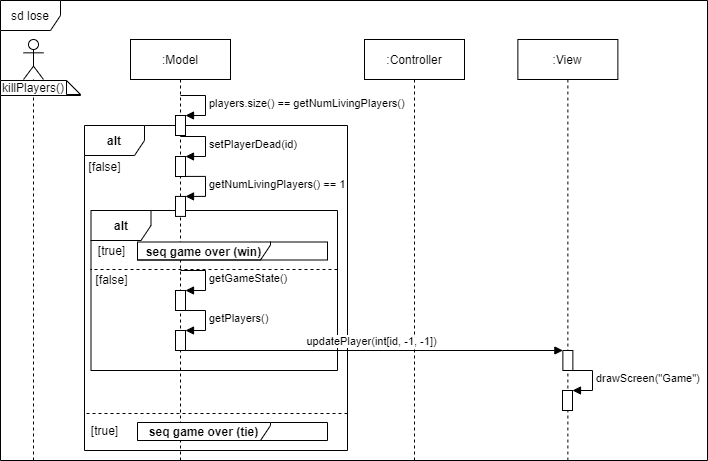
Before: Doku/images/SD_UC7Lose.png, a diagram exported from draw.io (KjellooMelloo/gameoftrons). Source tidied: cells renumbered, new cells last; positions are measured from the earlier drawing's top-left corner, leaving out a move shared by most shapes.
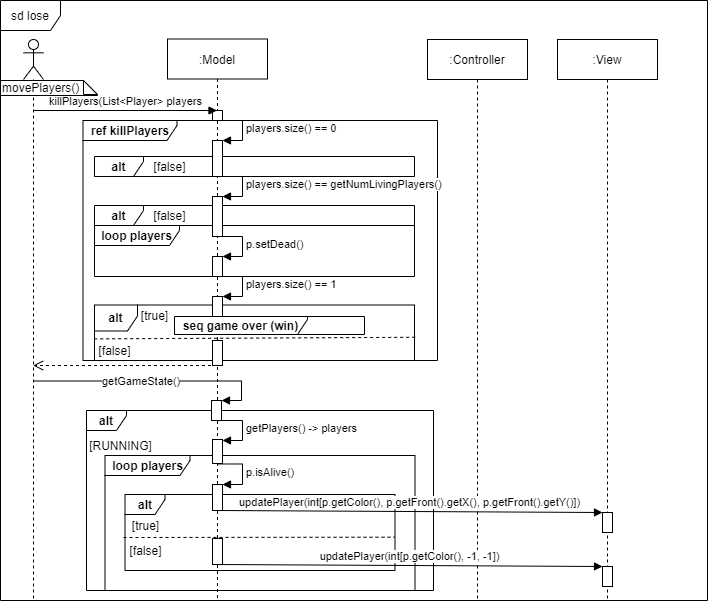
After the change.

What changed in the source:
```diff
@@ -3,130 +3,198 @@
     <mxCell id="0" />
     <mxCell id="1" parent="0" />
     <mxCell id="2" value="sd lose" style="shape=umlFrame;whiteSpace=wrap;html=1;fillColor=#ffffff;" parent="1" vertex="1">
-      <mxGeometry width="707" height="460" as="geometry" />
+      <mxGeometry width="707" height="600" as="geometry" />
     </mxCell>
-    <mxCell id="3" value="&lt;b&gt;alt&lt;/b&gt;" style="shape=umlFrame;whiteSpace=wrap;html=1;fillColor=#ffffff;" parent="1" vertex="1">
-      <mxGeometry x="84" y="125" width="263" height="325" as="geometry" />
+    <mxCell id="3" value="&lt;b&gt;alt&lt;/b&gt;" style="shape=umlFrame;whiteSpace=wrap;html=1;width=40;height=20;" parent="1" vertex="1">
+      <mxGeometry x="124.5" y="494" width="270" height="76" as="geometry" />
     </mxCell>
-    <mxCell id="4" value="&lt;b&gt;alt&lt;/b&gt;" style="shape=umlFrame;whiteSpace=wrap;html=1;fillColor=#ffffff;" parent="1" vertex="1">
-      <mxGeometry x="90.5" y="210" width="246.5" height="160" as="geometry" />
+    <mxCell id="4" value="&lt;b&gt;loop players&lt;/b&gt;" style="shape=umlFrame;whiteSpace=wrap;html=1;width=85;height=20;" parent="1" vertex="1">
+      <mxGeometry x="104.5" y="455" width="310" height="135" as="geometry" />
     </mxCell>
-    <mxCell id="5" value=":Model" style="shape=umlLifeline;perimeter=lifelinePerimeter;whiteSpace=wrap;html=1;outlineConnect=0;" parent="1" vertex="1">
-      <mxGeometry x="130" y="39" width="100" height="421" as="geometry" />
+    <mxCell id="5" value="&lt;b&gt;alt&lt;/b&gt;" style="shape=umlFrame;whiteSpace=wrap;html=1;width=40;height=20;" parent="1" vertex="1">
+      <mxGeometry x="86" y="410" width="347" height="180" as="geometry" />
     </mxCell>
-    <mxCell id="6" style="html=1;points=[];perimeter=orthogonalPerimeter;fillColor=#ffffff;" parent="5" vertex="1">
-      <mxGeometry x="45" y="156.9" width="10" height="20" as="geometry" />
+    <mxCell id="6" value="&lt;b&gt;ref killPlayers&lt;/b&gt;" style="shape=umlFrame;whiteSpace=wrap;html=1;fillColor=#ffffff;width=94;height=20;" parent="1" vertex="1">
+      <mxGeometry x="82.5" y="120" width="354.5" height="240" as="geometry" />
     </mxCell>
-    <mxCell id="7" value="getNumLivingPlayers() == 1" style="edgeStyle=orthogonalEdgeStyle;html=1;align=left;spacingLeft=2;endArrow=block;rounded=0;entryX=1;entryY=0;" parent="5" edge="1" target="6">
-      <mxGeometry relative="1" as="geometry">
-        <mxPoint x="50" y="136.9" as="sourcePoint" />
-        <Array as="points">
-          <mxPoint x="75" y="136.9" />
-        </Array>
-      </mxGeometry>
+    <mxCell id="7" value="&lt;b&gt;alt&lt;/b&gt;" style="shape=umlFrame;whiteSpace=wrap;html=1;fillColor=#ffffff;width=43;height=26;" parent="1" vertex="1">
+      <mxGeometry x="94" y="304.5" width="320" height="55.5" as="geometry" />
     </mxCell>
-    <mxCell id="8" style="html=1;points=[];perimeter=orthogonalPerimeter;" parent="5" vertex="1">
-      <mxGeometry x="45" y="76" width="10" height="20" as="geometry" />
+    <mxCell id="8" value="&lt;b&gt;loop players&lt;/b&gt;" style="shape=umlFrame;whiteSpace=wrap;html=1;width=85;height=20;" parent="1" vertex="1">
+      <mxGeometry x="94" y="225" width="320" height="51" as="geometry" />
     </mxCell>
-    <mxCell id="9" value="players.size() == getNumLivingPlayers()" style="edgeStyle=orthogonalEdgeStyle;html=1;align=left;spacingLeft=2;endArrow=block;rounded=0;entryX=1;entryY=0;" parent="5" edge="1" target="8">
-      <mxGeometry relative="1" as="geometry">
-        <mxPoint x="50" y="56" as="sourcePoint" />
-        <Array as="points">
-          <mxPoint x="75" y="56" />
-        </Array>
-      </mxGeometry>
+    <mxCell id="9" value="&lt;b&gt;alt&lt;/b&gt;" style="shape=umlFrame;whiteSpace=wrap;html=1;fillColor=#ffffff;width=49;height=20;" parent="1" vertex="1">
+      <mxGeometry x="94" y="205" width="320" height="20" as="geometry" />
     </mxCell>
-    <mxCell id="10" style="shape=umlLifeline;participant=umlActor;perimeter=lifelinePerimeter;whiteSpace=wrap;html=1;verticalAlign=top;spacingTop=36;labelBackgroundColor=#ffffff;" parent="1" vertex="1">
-      <mxGeometry x="23" y="39" width="20" height="421" as="geometry" />
+    <mxCell id="10" value="[false]" style="text;html=1;align=center;verticalAlign=middle;" parent="1" vertex="1">
+      <mxGeometry x="144" y="205" width="50" height="20" as="geometry" />
     </mxCell>
-    <mxCell id="11" value=":Controller" style="shape=umlLifeline;perimeter=lifelinePerimeter;whiteSpace=wrap;html=1;" parent="1" vertex="1">
-      <mxGeometry x="364" y="39" width="100" height="421" as="geometry" />
+    <mxCell id="11" value="&lt;b&gt;alt&lt;/b&gt;" style="shape=umlFrame;whiteSpace=wrap;html=1;fillColor=#ffffff;width=49;height=20;" parent="1" vertex="1">
+      <mxGeometry x="94" y="156" width="320" height="20" as="geometry" />
     </mxCell>
-    <mxCell id="12" value=":View" style="shape=umlLifeline;perimeter=lifelinePerimeter;whiteSpace=wrap;html=1;" parent="1" vertex="1">
-      <mxGeometry x="517.4" y="39" width="100" height="421" as="geometry" />
+    <mxCell id="12" value="[false]" style="text;html=1;align=center;verticalAlign=middle;" parent="1" vertex="1">
+      <mxGeometry x="144" y="156" width="50" height="20" as="geometry" />
     </mxCell>
-    <mxCell id="13" style="html=1;points=[];perimeter=orthogonalPerimeter;" parent="12" vertex="1">
-      <mxGeometry x="45" y="311" width="10" height="20" as="geometry" />
+    <mxCell id="13" value=":Model" style="shape=umlLifeline;perimeter=lifelinePerimeter;whiteSpace=wrap;html=1;outlineConnect=0;" parent="1" vertex="1">
+      <mxGeometry x="167" y="38.5" width="100" height="561.5" as="geometry" />
     </mxCell>
-    <mxCell id="14" style="html=1;points=[];perimeter=orthogonalPerimeter;" parent="12" vertex="1">
-      <mxGeometry x="44.6" y="351" width="10" height="20" as="geometry" />
+    <mxCell id="14" style="html=1;points=[];perimeter=orthogonalPerimeter;" parent="13" vertex="1">
+      <mxGeometry x="45" y="71.5" width="10" height="10" as="geometry" />
     </mxCell>
-    <mxCell id="15" value="drawScreen(&quot;Game&quot;)" style="edgeStyle=orthogonalEdgeStyle;html=1;align=left;spacingLeft=2;endArrow=block;rounded=0;entryX=1;entryY=0;" parent="12" edge="1" target="14">
-      <mxGeometry relative="1" as="geometry">
-        <mxPoint x="49.6" y="331" as="sourcePoint" />
-        <Array as="points">
-          <mxPoint x="74.6" y="331" />
-        </Array>
-      </mxGeometry>
+    <mxCell id="15" style="html=1;points=[];perimeter=orthogonalPerimeter;" parent="13" vertex="1">
+      <mxGeometry x="45" y="101.5" width="10" height="36" as="geometry" />
     </mxCell>
-    <mxCell id="16" value="killPlayers()" style="shape=note;whiteSpace=wrap;html=1;size=14;verticalAlign=top;align=left;spacingTop=-6;" parent="1" vertex="1">
-      <mxGeometry y="80" width="80" height="15" as="geometry" />
+    <mxCell id="16" value="players.size() == 0" style="edgeStyle=orthogonalEdgeStyle;html=1;align=left;spacingLeft=2;endArrow=block;rounded=0;entryX=1;entryY=0;" parent="13" edge="1" target="15">
+      <mxGeometry relative="1" as="geometry">
+        <mxPoint x="50" y="81.5" as="sourcePoint" />
+        <Array as="points">
+          <mxPoint x="75" y="81.5" />
+        </Array>
+      </mxGeometry>
     </mxCell>
-    <mxCell id="17" style="html=1;points=[];perimeter=orthogonalPerimeter;" parent="1" vertex="1">
-      <mxGeometry x="175" y="156" width="10" height="20" as="geometry" />
+    <mxCell id="17" style="html=1;points=[];perimeter=orthogonalPerimeter;" parent="13" vertex="1">
+      <mxGeometry x="45" y="157.5" width="10" height="40" as="geometry" />
     </mxCell>
-    <mxCell id="18" value="setPlayerDead(id)" style="edgeStyle=orthogonalEdgeStyle;html=1;align=left;spacingLeft=2;endArrow=block;rounded=0;entryX=1;entryY=0;" parent="1" edge="1" target="17">
+    <mxCell id="18" value="players.size() == getNumLivingPlayers()" style="edgeStyle=orthogonalEdgeStyle;html=1;align=left;spacingLeft=2;endArrow=block;rounded=0;entryX=1;entryY=0;" parent="13" edge="1" target="17">
       <mxGeometry relative="1" as="geometry">
-        <mxPoint x="180" y="136" as="sourcePoint" />
+        <mxPoint x="50" y="137.5" as="sourcePoint" />
         <Array as="points">
-          <mxPoint x="205" y="136" />
+          <mxPoint x="75" y="137.5" />
         </Array>
       </mxGeometry>
     </mxCell>
-    <mxCell id="19" value="[false]" style="text;html=1;align=center;verticalAlign=middle;points=[];" parent="1" vertex="1">
-      <mxGeometry x="79" y="156" width="50" height="20" as="geometry" />
+    <mxCell id="19" style="html=1;points=[];perimeter=orthogonalPerimeter;" parent="13" vertex="1">
+      <mxGeometry x="45" y="217.5" width="10" height="20" as="geometry" />
     </mxCell>
-    <mxCell id="20" value="[true]" style="text;html=1;align=center;verticalAlign=middle;" parent="1" vertex="1">
-      <mxGeometry x="90.5" y="239.5" width="40" height="20" as="geometry" />
+    <mxCell id="20" value="p.setDead()" style="edgeStyle=orthogonalEdgeStyle;html=1;align=left;spacingLeft=2;endArrow=block;rounded=0;entryX=1;entryY=0;" parent="13" edge="1" target="19">
+      <mxGeometry relative="1" as="geometry">
+        <mxPoint x="50" y="197.5" as="sourcePoint" />
+        <Array as="points">
+          <mxPoint x="75" y="197.5" />
+        </Array>
+      </mxGeometry>
     </mxCell>
-    <mxCell id="21" value="[true]" style="text;html=1;align=center;verticalAlign=middle;points=[];" parent="1" vertex="1">
-      <mxGeometry x="84" y="420" width="40" height="20" as="geometry" />
+    <mxCell id="21" style="html=1;points=[];perimeter=orthogonalPerimeter;" parent="13" vertex="1">
+      <mxGeometry x="45" y="257.5" width="10" height="20" as="geometry" />
     </mxCell>
-    <mxCell id="22" style="endArrow=none;dashed=1;html=1;" parent="1" edge="1">
+    <mxCell id="22" value="players.size() == 1" style="edgeStyle=orthogonalEdgeStyle;html=1;align=left;spacingLeft=2;endArrow=block;rounded=0;entryX=1;entryY=0;" parent="13" edge="1" target="21">
       <mxGeometry relative="1" as="geometry">
-        <mxPoint x="347" y="413" as="sourcePoint" />
-        <mxPoint x="86" y="413" as="targetPoint" />
+        <mxPoint x="50" y="237.5" as="sourcePoint" />
+        <Array as="points">
+          <mxPoint x="75" y="237.5" />
+        </Array>
       </mxGeometry>
     </mxCell>
-    <mxCell id="23" value="&lt;b&gt;seq game over (win)&lt;/b&gt;" style="shape=umlFrame;whiteSpace=wrap;html=1;fillColor=#ffffff;width=133;height=18;" parent="1" vertex="1">
-      <mxGeometry x="137" y="241.5" width="190" height="18" as="geometry" />
+    <mxCell id="23" style="html=1;perimeter=orthogonalPerimeter;" parent="13" vertex="1">
+      <mxGeometry x="45" y="301.5" width="10" height="25" as="geometry" />
     </mxCell>
-    <mxCell id="24" style="endArrow=none;dashed=1;html=1;entryX=-0.001;entryY=0.54;entryDx=0;entryDy=0;entryPerimeter=0;" parent="1" edge="1">
-      <mxGeometry relative="1" as="geometry">
-        <mxPoint x="337" y="269" as="sourcePoint" />
-        <mxPoint x="90.2" y="269" as="targetPoint" />
-      </mxGeometry>
+    <mxCell id="24" style="html=1;points=[];perimeter=orthogonalPerimeter;" parent="13" vertex="1">
+      <mxGeometry x="44" y="361.5" width="10" height="20" as="geometry" />
     </mxCell>
-    <mxCell id="25" value="[false]" style="text;html=1;align=center;verticalAlign=middle;points=[];" parent="1" vertex="1">
-      <mxGeometry x="85.5" y="269" width="50" height="20" as="geometry" />
+    <mxCell id="25" style="shape=umlLifeline;participant=umlActor;perimeter=lifelinePerimeter;whiteSpace=wrap;html=1;verticalAlign=top;spacingTop=36;labelBackgroundColor=#ffffff;outlineConnect=0;" parent="1" vertex="1">
+      <mxGeometry x="23" y="39" width="20" height="561" as="geometry" />
     </mxCell>
-    <mxCell id="26" value="&lt;b&gt;seq game over (tie)&lt;/b&gt;" style="shape=umlFrame;whiteSpace=wrap;html=1;fillColor=#ffffff;width=133;height=18;" parent="1" vertex="1">
-      <mxGeometry x="137" y="422" width="190" height="18" as="geometry" />
+    <mxCell id="26" value="killPlayers(List&amp;lt;Player&amp;gt; players" style="html=1;verticalAlign=bottom;endArrow=block;" parent="25" edge="1">
+      <mxGeometry relative="1" as="geometry">
+        <mxPoint x="9.5" y="71" as="sourcePoint" />
+        <mxPoint x="193.5" y="71" as="targetPoint" />
+      </mxGeometry>
     </mxCell>
-    <mxCell id="27" style="html=1;points=[];perimeter=orthogonalPerimeter;" parent="1" vertex="1">
-      <mxGeometry x="175" y="290" width="10" height="20" as="geometry" />
+    <mxCell id="27" value=":Controller" style="shape=umlLifeline;perimeter=lifelinePerimeter;whiteSpace=wrap;html=1;outlineConnect=0;" parent="1" vertex="1">
+      <mxGeometry x="427" y="39" width="100" height="561" as="geometry" />
     </mxCell>
-    <mxCell id="28" value="getGameState()" style="edgeStyle=orthogonalEdgeStyle;html=1;align=left;spacingLeft=2;endArrow=block;rounded=0;entryX=1;entryY=0;" parent="1" edge="1" target="27">
-      <mxGeometry relative="1" as="geometry">
-        <mxPoint x="180" y="270" as="sourcePoint" />
-        <Array as="points">
-          <mxPoint x="205" y="270" />
-        </Array>
-      </mxGeometry>
+    <mxCell id="28" value=":View" style="shape=umlLifeline;perimeter=lifelinePerimeter;whiteSpace=wrap;html=1;" parent="1" vertex="1">
+      <mxGeometry x="557" y="39" width="100" height="561" as="geometry" />
     </mxCell>
-    <mxCell id="29" style="html=1;points=[];perimeter=orthogonalPerimeter;" parent="1" vertex="1">
-      <mxGeometry x="175" y="330" width="10" height="20" as="geometry" />
+    <mxCell id="29" style="html=1;points=[];perimeter=orthogonalPerimeter;" parent="28" vertex="1">
+      <mxGeometry x="45" y="473" width="10" height="20" as="geometry" />
     </mxCell>
-    <mxCell id="30" value="getPlayers()" style="edgeStyle=orthogonalEdgeStyle;html=1;align=left;spacingLeft=2;endArrow=block;rounded=0;entryX=1;entryY=0;" parent="1" edge="1" target="29">
-      <mxGeometry relative="1" as="geometry">
-        <mxPoint x="180" y="310" as="sourcePoint" />
-        <Array as="points">
-          <mxPoint x="205" y="310" />
-        </Array>
-      </mxGeometry>
+    <mxCell id="30" style="html=1;points=[];perimeter=orthogonalPerimeter;" parent="28" vertex="1">
+      <mxGeometry x="45" y="527" width="10" height="20" as="geometry" />
     </mxCell>
-    <mxCell id="31" value="updatePlayer(int[id, -1, -1])" style="html=1;verticalAlign=bottom;endArrow=block;entryX=0;entryY=0;" parent="1" edge="1" source="5" target="13">
-      <mxGeometry relative="1" as="geometry" />
+    <mxCell id="31" value="movePlayers()" style="shape=note;whiteSpace=wrap;html=1;size=14;verticalAlign=top;align=left;spacingTop=-6;" parent="1" vertex="1">
+      <mxGeometry y="80" width="97" height="15" as="geometry" />
     </mxCell>
+    <mxCell id="32" style="html=1;perimeter=orthogonalPerimeter;" parent="1" vertex="1">
+      <mxGeometry x="212" y="439" width="10" height="24" as="geometry" />
+    </mxCell>
+    <mxCell id="33" style="html=1;points=[];perimeter=orthogonalPerimeter;" parent="1" vertex="1">
+      <mxGeometry x="212" y="484" width="10" height="26" as="geometry" />
+    </mxCell>
+    <mxCell id="34" style="html=1;perimeter=orthogonalPerimeter;" parent="1" vertex="1">
+      <mxGeometry x="212" y="538" width="10" height="26" as="geometry" />
+    </mxCell>
+    <mxCell id="35" value="[true]" style="text;html=1;align=center;verticalAlign=middle;" parent="1" vertex="1">
+      <mxGeometry x="134" y="304.5" width="40" height="20" as="geometry" />
+    </mxCell>
+    <mxCell id="36" value="&lt;b&gt;seq game over (win)&lt;/b&gt;" style="shape=umlFrame;whiteSpace=wrap;html=1;fillColor=#ffffff;width=133;height=18;" parent="1" vertex="1">
+      <mxGeometry x="174" y="316" width="190" height="18" as="geometry" />
+    </mxCell>
+    <mxCell id="37" style="endArrow=none;dashed=1;html=1;exitX=-0.001;exitY=0.532;exitDx=0;exitDy=0;exitPerimeter=0;entryX=1.01;entryY=0.514;entryDx=0;entryDy=0;entryPerimeter=0;" parent="1" edge="1">
+      <mxGeometry relative="1" as="geometry">
+        <mxPoint x="93.7" y="338.4" as="sourcePoint" />
+        <mxPoint x="417.2" y="336.8" as="targetPoint" />
+      </mxGeometry>
+    </mxCell>
+    <mxCell id="38" value="[false]" style="text;html=1;align=center;verticalAlign=middle;" parent="1" vertex="1">
+      <mxGeometry x="89" y="339.5" width="50" height="20" as="geometry" />
+    </mxCell>
+    <mxCell id="39" style="html=1;verticalAlign=bottom;endArrow=open;dashed=1;endSize=8;" parent="1" edge="1">
+      <mxGeometry relative="1" as="geometry">
+        <mxPoint x="216.5" y="365" as="sourcePoint" />
+        <mxPoint x="32.7" y="365" as="targetPoint" />
+      </mxGeometry>
+    </mxCell>
+    <mxCell id="40" value="getGameState()" style="edgeStyle=orthogonalEdgeStyle;html=1;align=left;spacingLeft=2;endArrow=block;rounded=0;entryX=1;entryY=0;" parent="1" edge="1" source="25" target="24">
+      <mxGeometry x="-0.48" relative="1" as="geometry">
+        <Array as="points">
+          <mxPoint x="241" y="380.5" />
+          <mxPoint x="241" y="400.5" />
+        </Array>
+      </mxGeometry>
+    </mxCell>
+    <mxCell id="41" value="[RUNNING]" style="text;html=1;align=center;verticalAlign=middle;" parent="1" vertex="1">
+      <mxGeometry x="80" y="435" width="80" height="20" as="geometry" />
+    </mxCell>
+    <mxCell id="42" value="[true]" style="text;html=1;align=center;verticalAlign=middle;" parent="1" vertex="1">
+      <mxGeometry x="124.5" y="515" width="40" height="20" as="geometry" />
+    </mxCell>
+    <mxCell id="43" value="updatePlayer(int[p.getColor(), p.getFront().getX(), p.getFront().getY()])" style="html=1;verticalAlign=bottom;endArrow=block;entryX=0;entryY=0;" parent="1" edge="1" target="29">
+      <mxGeometry relative="1" as="geometry">
+        <mxPoint x="216.3" y="510" as="sourcePoint" />
+      </mxGeometry>
+    </mxCell>
+    <mxCell id="44" style="endArrow=none;dashed=1;html=1;entryX=0.998;entryY=0.588;entryDx=0;entryDy=0;entryPerimeter=0;" parent="1" edge="1">
+      <mxGeometry relative="1" as="geometry">
+        <mxPoint x="123" y="537" as="sourcePoint" />
+        <mxPoint x="394" y="536.7" as="targetPoint" />
+      </mxGeometry>
+    </mxCell>
+    <mxCell id="45" value="[false]" style="text;html=1;align=center;verticalAlign=middle;" parent="1" vertex="1">
+      <mxGeometry x="119.5" y="540" width="50" height="20" as="geometry" />
+    </mxCell>
+    <mxCell id="46" value="updatePlayer(int[p.getColor(), -1, -1])" style="html=1;verticalAlign=bottom;endArrow=block;entryX=0;entryY=0;" parent="1" edge="1" target="30">
+      <mxGeometry relative="1" as="geometry">
+        <mxPoint x="216" y="564" as="sourcePoint" />
+      </mxGeometry>
+    </mxCell>
+    <mxCell id="47" value="getPlayers() -&amp;gt; players" style="edgeStyle=orthogonalEdgeStyle;html=1;align=left;spacingLeft=2;endArrow=block;rounded=0;entryX=1;entryY=0;" parent="1" edge="1">
+      <mxGeometry relative="1" as="geometry">
+        <mxPoint x="216.9" y="420" as="sourcePoint" />
+        <mxPoint x="222" y="440" as="targetPoint" />
+        <Array as="points">
+          <mxPoint x="242" y="420" />
+          <mxPoint x="242" y="440" />
+        </Array>
+      </mxGeometry>
+    </mxCell>
+    <mxCell id="48" value="p.isAlive()" style="edgeStyle=orthogonalEdgeStyle;html=1;align=left;spacingLeft=2;endArrow=block;rounded=0;entryX=1;entryY=0;exitX=0.378;exitY=0.297;exitDx=0;exitDy=0;exitPerimeter=0;" parent="1" edge="1" source="5" target="33">
+      <mxGeometry relative="1" as="geometry">
+        <Array as="points">
+          <mxPoint x="242" y="463.5" />
+          <mxPoint x="242" y="483.5" />
+        </Array>
+      </mxGeometry>
+    </mxCell>
   </root>
 </mxGraphModel>
```
